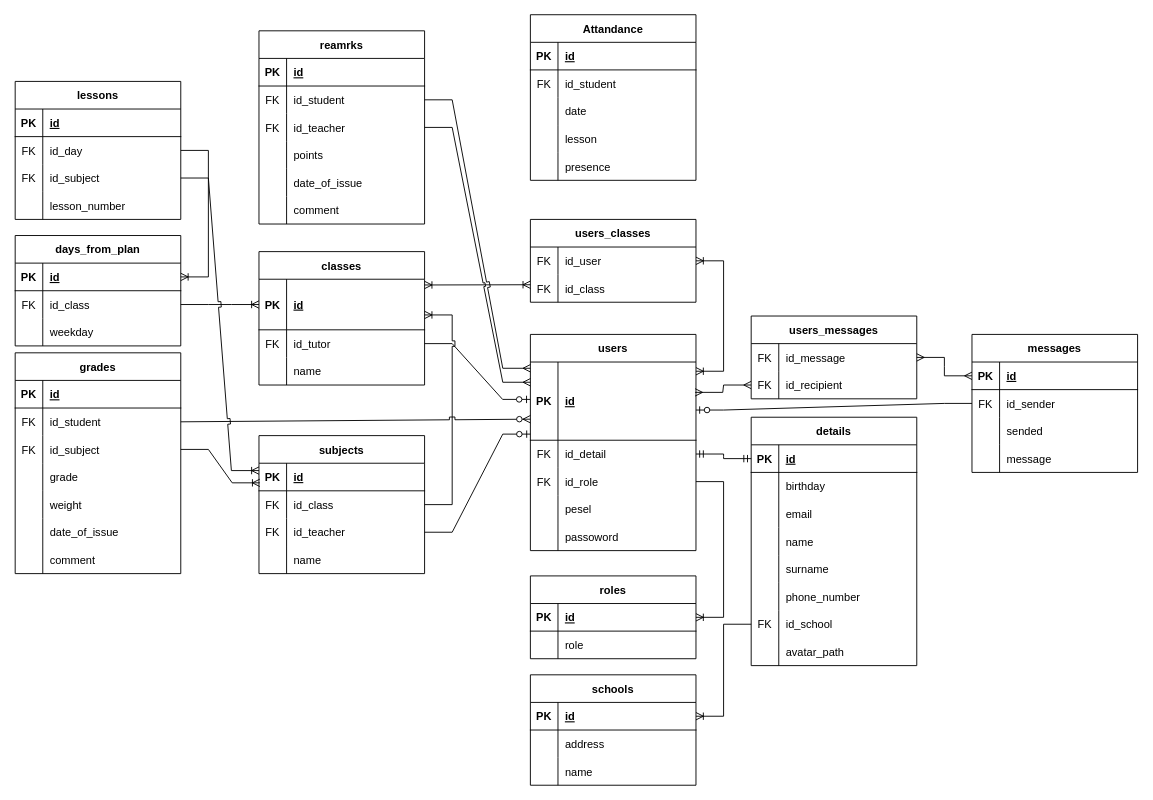
This is Diarium.drawio from Wadowski-Mateusz/WdPAI, a draw.io file, before an edit. Source tidied: cells renumbered, new cells numbered last; positions are measured from the earlier drawing's top-left corner, leaving out a move shared by most shapes. Both pictures are drawn from the tidied source at 92%, with x=0, y=0 at pixel (15, 14).
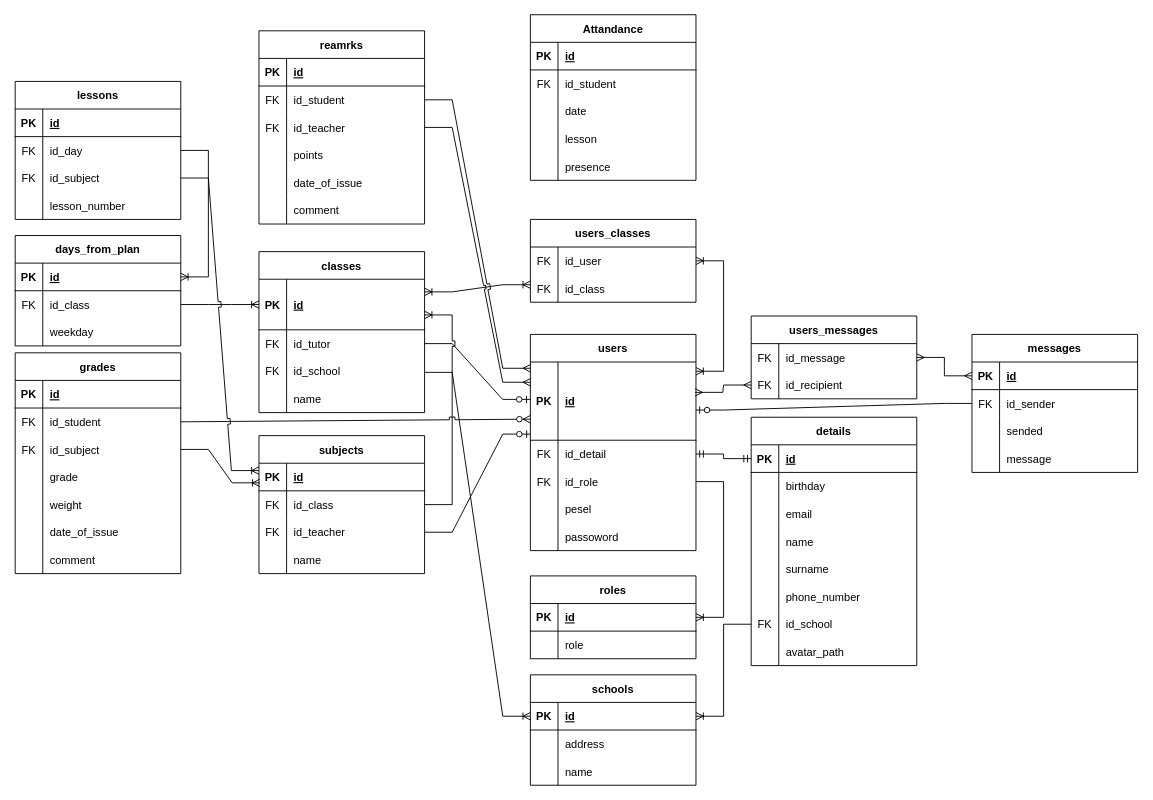
Above is the later version.

Unchanged cells that the change refers to:
```xml
<mxCell id="35" style="shape=tableRow;horizontal=0;startSize=0;swimlaneHead=0;swimlaneBody=0;fillColor=none;points=[[0,0.5],[1,0.5]];portConstraint=eastwest;top=0;left=0;right=0;bottom=1;rounded=0;labelBackgroundColor=none;" parent="34" vertex="1">
  <mxGeometry y="30" width="180" height="30" as="geometry" />
</mxCell>
```

Diff of the diagram source:
```diff
@@
     <mxCell id="24" value="classes" style="shape=table;startSize=30;childLayout=tableLayout;rowLines=0;fontStyle=1;align=center;rounded=0;labelBackgroundColor=none;" parent="1" vertex="1">
-      <mxGeometry x="265" y="258" width="180" height="145" as="geometry" />
+      <mxGeometry x="265" y="258" width="180" height="175" as="geometry" />
     </mxCell>
@@
+    <mxCell id="208" style="shape=tableRow;horizontal=0;startSize=0;swimlaneHead=0;swimlaneBody=0;fillColor=none;top=0;left=0;right=0;bottom=0;" parent="24" vertex="1">
+      <mxGeometry y="115" width="180" height="30" as="geometry" />
+    </mxCell>
+    <mxCell id="209" value="FK" style="shape=partialRectangle;fillColor=none;top=0;left=0;bottom=0;right=0;fontStyle=0;overflow=hidden;" parent="208" vertex="1">
+      <mxGeometry width="30" height="30" as="geometry" />
+    </mxCell>
+    <mxCell id="210" value="id_school" style="shape=partialRectangle;fillColor=none;top=0;left=0;bottom=0;right=0;align=left;spacingLeft=6;fontStyle=0;overflow=hidden;" parent="208" vertex="1">
+      <mxGeometry x="30" width="150" height="30" as="geometry" />
+    </mxCell>
     <mxCell id="31" style="shape=tableRow;horizontal=0;startSize=0;swimlaneHead=0;swimlaneBody=0;fillColor=none;top=0;left=0;right=0;bottom=0;rounded=0;labelBackgroundColor=none;" parent="24" vertex="1">
-      <mxGeometry y="115" width="180" height="30" as="geometry" />
+      <mxGeometry y="145" width="180" height="30" as="geometry" />
     </mxCell>
@@
+    <mxCell id="211" style="edgeStyle=entityRelationEdgeStyle;fontSize=12;html=1;endArrow=ERoneToMany;rounded=0;exitX=1;exitY=0.75;exitDx=0;exitDy=0;entryX=0;entryY=0.5;entryDx=0;entryDy=0;" parent="1" edge="1" source="24" target="35">
+      <mxGeometry relative="1" as="geometry" />
+    </mxCell>
```
